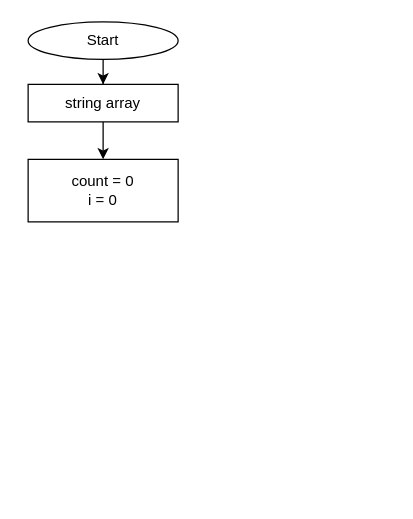
stevgeniy/HomeWorkChek keeps this draw.io diagram as ControlTask001/Диаграмма без названия.drawio. Above is the earlier version. Source tidied: cells renumbered, new cells numbered last; positions are measured from the earlier drawing's top-left corner, leaving out a move shared by most shapes. Both pictures are drawn from the tidied source at 125%, with x=0, y=0 at pixel (28, 21).
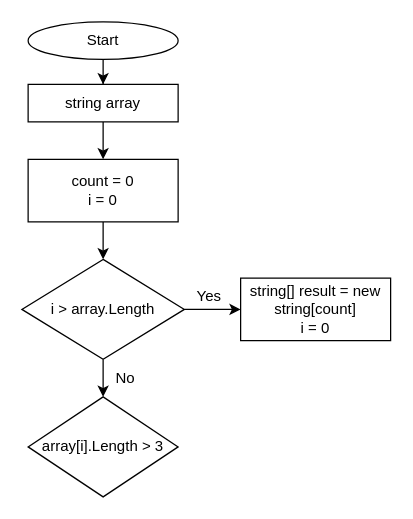
The same diagram, later.

Commit message:
Схема в работе

Change to the diagram source:
```diff
@@
 <mxGraphModel>
   <root>
     <mxCell id="0" />
     <mxCell id="1" parent="0" />
     <mxCell id="2" style="edgeStyle=orthogonalEdgeStyle;rounded=0;jettySize=auto;html=1;" parent="1" edge="1" source="3" target="5">
       <mxGeometry relative="1" as="geometry" />
     </mxCell>
     <mxCell id="3" value="Start" style="ellipse;whiteSpace=wrap;html=1;" parent="1" vertex="1">
       <mxGeometry width="120" height="30" as="geometry" />
     </mxCell>
     <mxCell id="4" style="edgeStyle=orthogonalEdgeStyle;rounded=0;jettySize=auto;html=1;" parent="1" edge="1" source="5" target="6">
       <mxGeometry relative="1" as="geometry" />
     </mxCell>
     <mxCell id="5" value="string array" style="rounded=0;whiteSpace=wrap;html=1;" parent="1" vertex="1">
       <mxGeometry y="50" width="120" height="30" as="geometry" />
     </mxCell>
+    <mxCell id="7" style="edgeStyle=orthogonalEdgeStyle;rounded=0;jettySize=auto;html=1;" parent="1" edge="1" source="6" target="10">
+      <mxGeometry relative="1" as="geometry" />
+    </mxCell>
     <mxCell id="6" value="count = 0&lt;br&gt;i = 0" style="rounded=0;whiteSpace=wrap;html=1;" parent="1" vertex="1">
       <mxGeometry y="110" width="120" height="50" as="geometry" />
     </mxCell>
+    <mxCell id="8" style="edgeStyle=orthogonalEdgeStyle;rounded=0;jettySize=auto;html=1;" parent="1" edge="1" source="10">
+      <mxGeometry relative="1" as="geometry">
+        <mxPoint x="60" y="300" as="targetPoint" />
+      </mxGeometry>
+    </mxCell>
+    <mxCell id="9" style="edgeStyle=orthogonalEdgeStyle;rounded=0;jettySize=auto;html=1;" parent="1" edge="1" source="10">
+      <mxGeometry relative="1" as="geometry">
+        <mxPoint x="170" y="230" as="targetPoint" />
+      </mxGeometry>
+    </mxCell>
+    <mxCell id="10" value="i &amp;gt; array.Length" style="rhombus;whiteSpace=wrap;html=1;" parent="1" vertex="1">
+      <mxGeometry x="-5" y="190" width="130" height="80" as="geometry" />
+    </mxCell>
+    <mxCell id="11" value="array[i].Length &amp;gt; 3" style="rhombus;whiteSpace=wrap;html=1;" parent="1" vertex="1">
+      <mxGeometry y="300" width="120" height="80" as="geometry" />
+    </mxCell>
+    <mxCell id="12" value="No" style="text;html=1;strokeColor=none;fillColor=none;align=center;verticalAlign=middle;whiteSpace=wrap;rounded=0;" parent="1" vertex="1">
+      <mxGeometry x="60" y="280" width="36" height="10" as="geometry" />
+    </mxCell>
+    <mxCell id="13" value="string[] result = new string[count]&lt;br&gt;i = 0" style="rounded=0;whiteSpace=wrap;html=1;" parent="1" vertex="1">
+      <mxGeometry x="170" y="205" width="120" height="50" as="geometry" />
+    </mxCell>
+    <mxCell id="14" value="Yes" style="text;html=1;strokeColor=none;fillColor=none;align=center;verticalAlign=middle;whiteSpace=wrap;rounded=0;" parent="1" vertex="1">
+      <mxGeometry x="125" y="210" width="40" height="20" as="geometry" />
+    </mxCell>
   </root>
 </mxGraphModel>
```
